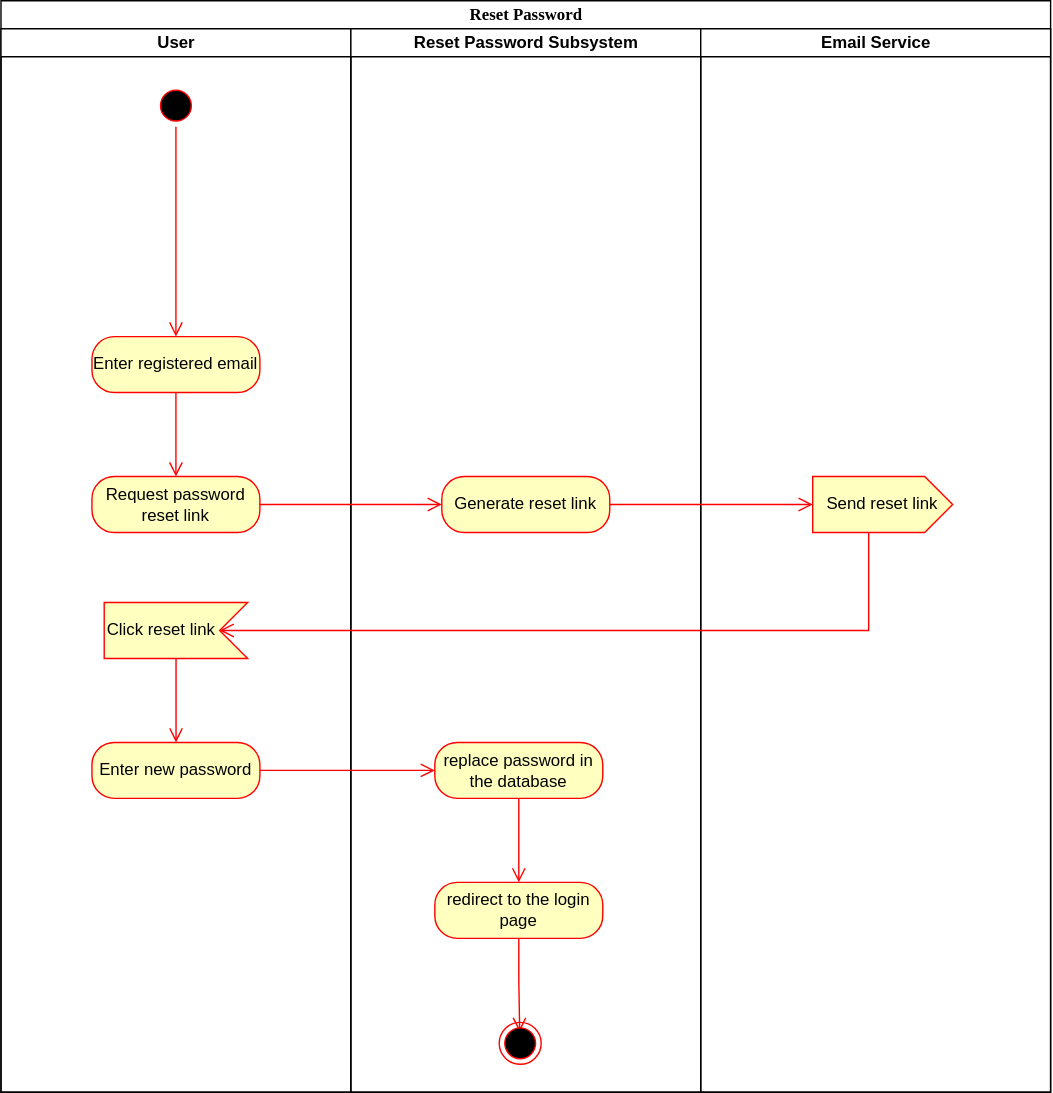
Simamkele88/IFM3_GP keeps this draw.io diagram as Reset password Activity Diagram.svg. Above is the earlier version. Source tidied: cells renumbered, new cells last; positions are measured from the earlier drawing's top-left corner, leaving out a move shared by most shapes.
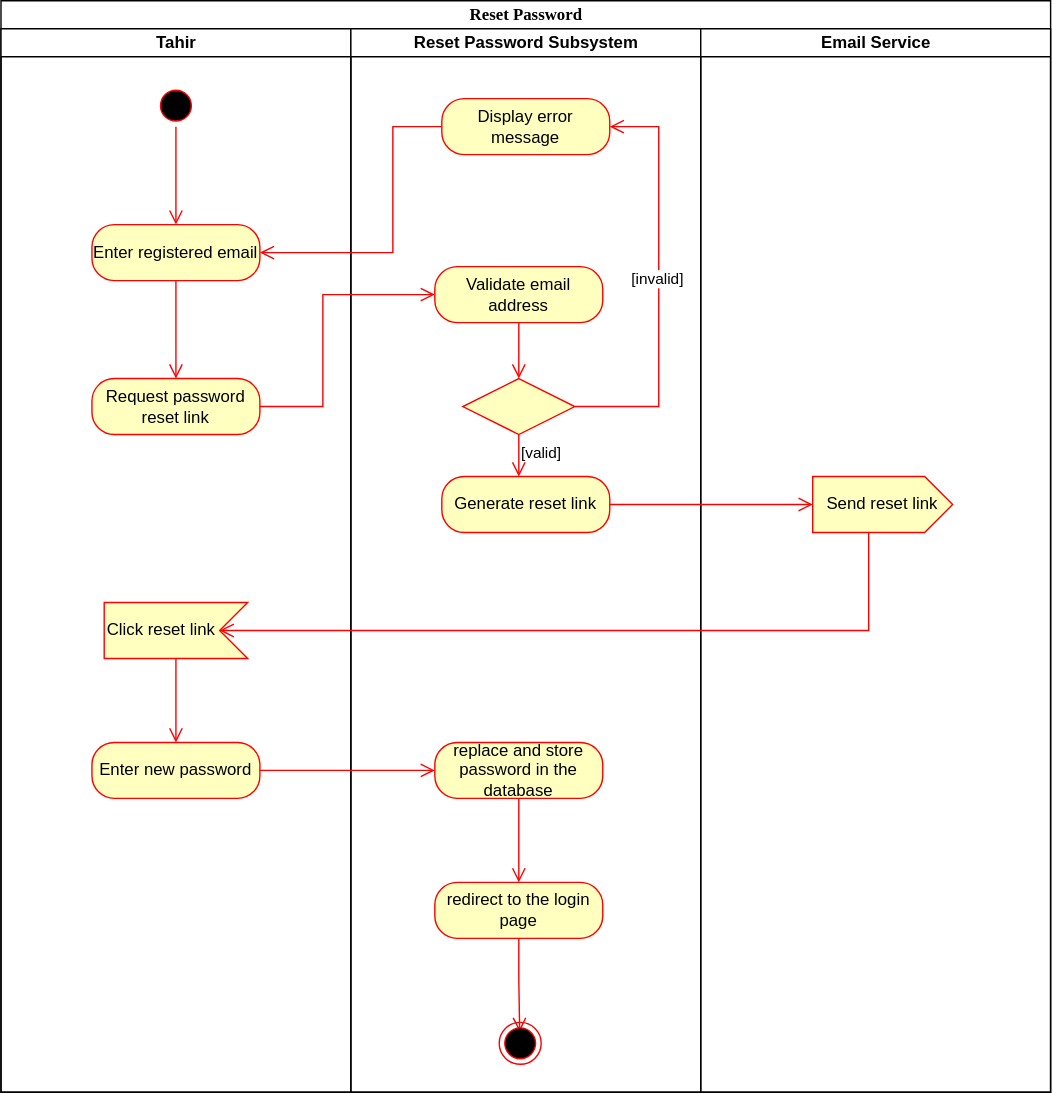
Above is the later version.

What changed in the source:
```diff
@@ -5,7 +5,7 @@
     <mxCell id="2" value="Reset Password" style="swimlane;html=1;startSize=20;rounded=0;shadow=0;comic=0;labelBackgroundColor=none;strokeWidth=1;fontFamily=Verdana;fontSize=12;align=center;" parent="1" vertex="1">
       <mxGeometry width="750" height="780" as="geometry" />
     </mxCell>
-    <mxCell id="3" value="User" style="swimlane;html=1;startSize=20;" parent="2" vertex="1">
+    <mxCell id="3" value="Tahir" style="swimlane;html=1;startSize=20;" parent="2" vertex="1">
       <mxGeometry y="20" width="250" height="760" as="geometry" />
     </mxCell>
     <mxCell id="4" style="ellipse;html=1;shape=startState;fillColor=#000000;strokeColor=#ff0000;" parent="3" vertex="1">
@@ -15,13 +15,13 @@
       <mxGeometry relative="1" as="geometry" />
     </mxCell>
     <mxCell id="6" value="Enter registered email" style="rounded=1;whiteSpace=wrap;html=1;arcSize=40;fontColor=#000000;fillColor=#ffffc0;strokeColor=#ff0000;" parent="3" vertex="1">
-      <mxGeometry x="65" y="220" width="120" height="40" as="geometry" />
+      <mxGeometry x="65" y="140" width="120" height="40" as="geometry" />
     </mxCell>
     <mxCell id="7" style="edgeStyle=orthogonalEdgeStyle;html=1;verticalAlign=bottom;endArrow=open;endSize=8;strokeColor=#ff0000;rounded=0;" parent="3" edge="1" source="6" target="8">
       <mxGeometry relative="1" as="geometry" />
     </mxCell>
     <mxCell id="8" value="Request password reset link" style="rounded=1;whiteSpace=wrap;html=1;arcSize=40;fontColor=#000000;fillColor=#ffffc0;strokeColor=#ff0000;" parent="3" vertex="1">
-      <mxGeometry x="65" y="320" width="120" height="40" as="geometry" />
+      <mxGeometry x="65" y="250" width="120" height="40" as="geometry" />
     </mxCell>
     <mxCell id="9" style="edgeStyle=orthogonalEdgeStyle;html=1;verticalAlign=bottom;endArrow=open;endSize=8;strokeColor=#ff0000;rounded=0;" parent="3" edge="1" source="11" target="10">
       <mxGeometry relative="1" as="geometry" />
@@ -38,7 +38,7 @@
     <mxCell id="13" value="Generate reset link" style="rounded=1;whiteSpace=wrap;html=1;arcSize=40;fontColor=#000000;fillColor=#ffffc0;strokeColor=#ff0000;" parent="12" vertex="1">
       <mxGeometry x="65" y="320" width="120" height="40" as="geometry" />
     </mxCell>
-    <mxCell id="14" value="replace password in the database" style="rounded=1;whiteSpace=wrap;html=1;arcSize=40;fontColor=#000000;fillColor=#ffffc0;strokeColor=#ff0000;" parent="12" vertex="1">
+    <mxCell id="14" value="replace and store password in the database" style="rounded=1;whiteSpace=wrap;html=1;arcSize=40;fontColor=#000000;fillColor=#ffffc0;strokeColor=#ff0000;" parent="12" vertex="1">
       <mxGeometry x="60" y="510" width="120" height="40" as="geometry" />
     </mxCell>
     <mxCell id="15" style="edgeStyle=orthogonalEdgeStyle;html=1;verticalAlign=bottom;endArrow=open;endSize=8;strokeColor=#ff0000;rounded=0;entryX=0.5;entryY=0;entryDx=0;entryDy=0;" parent="12" edge="1" source="14" target="16">
@@ -53,14 +53,47 @@
     <mxCell id="18" style="ellipse;html=1;shape=endState;fillColor=#000000;strokeColor=#ff0000;" parent="12" vertex="1">
       <mxGeometry x="106" y="710" width="30" height="30" as="geometry" />
     </mxCell>
+    <mxCell id="25" style="rhombus;whiteSpace=wrap;html=1;fontColor=#000000;fillColor=#ffffc0;strokeColor=#ff0000;" parent="12" vertex="1">
+      <mxGeometry x="80" y="250" width="80" height="40" as="geometry" />
+    </mxCell>
+    <mxCell id="26" value="[valid]" style="edgeStyle=orthogonalEdgeStyle;html=1;align=left;verticalAlign=top;endArrow=open;endSize=8;strokeColor=#ff0000;rounded=0;" parent="12" edge="1" source="25">
+      <mxGeometry x="-1" relative="1" as="geometry">
+        <mxPoint x="120" y="320" as="targetPoint" />
+      </mxGeometry>
+    </mxCell>
+    <mxCell id="27" value="Validate email address" style="rounded=1;whiteSpace=wrap;html=1;arcSize=40;fontColor=#000000;fillColor=#ffffc0;strokeColor=#ff0000;" parent="12" vertex="1">
+      <mxGeometry x="60" y="170" width="120" height="40" as="geometry" />
+    </mxCell>
+    <mxCell id="28" style="edgeStyle=orthogonalEdgeStyle;html=1;verticalAlign=bottom;endArrow=open;endSize=8;strokeColor=#ff0000;rounded=0;entryX=0.5;entryY=0;entryDx=0;entryDy=0;" parent="12" edge="1" source="27" target="25">
+      <mxGeometry relative="1" as="geometry" />
+    </mxCell>
+    <mxCell id="29" value="Display error message" style="rounded=1;whiteSpace=wrap;html=1;arcSize=40;fontColor=#000000;fillColor=#ffffc0;strokeColor=#ff0000;" parent="12" vertex="1">
+      <mxGeometry x="65" y="50" width="120" height="40" as="geometry" />
+    </mxCell>
+    <mxCell id="30" style="edgeStyle=orthogonalEdgeStyle;html=1;align=left;verticalAlign=bottom;endArrow=open;endSize=8;strokeColor=#ff0000;rounded=0;exitX=1;exitY=0.5;exitDx=0;exitDy=0;entryX=1;entryY=0.5;entryDx=0;entryDy=0;" parent="12" edge="1" source="25" target="29">
+      <mxGeometry x="-1" relative="1" as="geometry">
+        <Array as="points">
+          <mxPoint x="220" y="270" />
+          <mxPoint x="220" y="70" />
+        </Array>
+      </mxGeometry>
+    </mxCell>
+    <mxCell id="31" value="[invalid]" style="edgeLabel;html=1;align=center;verticalAlign=middle;" parent="30" vertex="1">
+      <mxGeometry x="0.03" y="2" relative="1" as="geometry" />
+    </mxCell>
     <mxCell id="19" value="Email Service" style="swimlane;html=1;startSize=20;" parent="2" vertex="1">
       <mxGeometry x="500" y="20" width="250" height="760" as="geometry" />
     </mxCell>
     <mxCell id="20" value="Send reset link" style="html=1;shape=mxgraph.infographic.ribbonSimple;notch1=0;notch2=20;align=center;verticalAlign=middle;fontSize=12;fontStyle=0;fillColor=#ffffc0;whiteSpace=wrap;rounded=1;strokeColor=#ff0000;arcSize=40;fontFamily=Helvetica;fontColor=#000000;" parent="19" vertex="1">
       <mxGeometry x="80" y="320" width="100" height="40" as="geometry" />
     </mxCell>
-    <mxCell id="21" style="edgeStyle=orthogonalEdgeStyle;html=1;verticalAlign=bottom;endArrow=open;endSize=8;strokeColor=#ff0000;rounded=0;entryX=0;entryY=0.5;entryDx=0;entryDy=0;" parent="2" edge="1" source="8" target="13">
-      <mxGeometry relative="1" as="geometry" />
+    <mxCell id="21" style="edgeStyle=orthogonalEdgeStyle;html=1;verticalAlign=bottom;endArrow=open;endSize=8;strokeColor=#ff0000;rounded=0;entryX=0;entryY=0.5;entryDx=0;entryDy=0;" parent="2" edge="1" source="8" target="27">
+      <mxGeometry relative="1" as="geometry">
+        <Array as="points">
+          <mxPoint x="230" y="290" />
+          <mxPoint x="230" y="210" />
+        </Array>
+      </mxGeometry>
     </mxCell>
     <mxCell id="22" style="edgeStyle=orthogonalEdgeStyle;html=1;verticalAlign=bottom;endArrow=open;endSize=8;strokeColor=#ff0000;rounded=0;entryX=0;entryY=0;entryDx=0;entryDy=20;entryPerimeter=0;" parent="2" edge="1" source="13" target="20">
       <mxGeometry relative="1" as="geometry" />
@@ -75,5 +108,13 @@
     <mxCell id="24" style="edgeStyle=orthogonalEdgeStyle;html=1;verticalAlign=bottom;endArrow=open;endSize=8;strokeColor=#ff0000;rounded=0;exitX=1;exitY=0.5;exitDx=0;exitDy=0;entryX=0;entryY=0.5;entryDx=0;entryDy=0;" parent="2" edge="1" source="10" target="14">
       <mxGeometry relative="1" as="geometry" />
     </mxCell>
+    <mxCell id="32" style="edgeStyle=orthogonalEdgeStyle;html=1;verticalAlign=bottom;endArrow=open;endSize=8;strokeColor=#ff0000;rounded=0;exitX=0;exitY=0.5;exitDx=0;exitDy=0;entryX=1;entryY=0.5;entryDx=0;entryDy=0;" parent="2" edge="1" source="29" target="6">
+      <mxGeometry relative="1" as="geometry">
+        <Array as="points">
+          <mxPoint x="280" y="90" />
+          <mxPoint x="280" y="180" />
+        </Array>
+      </mxGeometry>
+    </mxCell>
   </root>
 </mxGraphModel>
```
